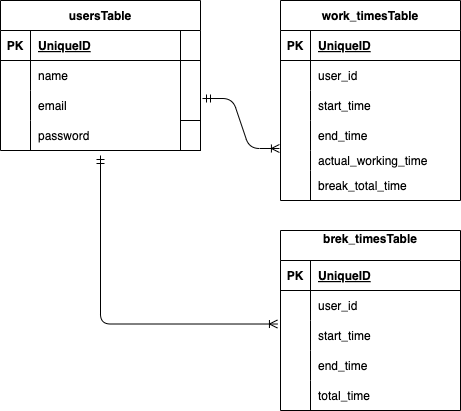
Above: er.drawio.png in hi-san10/coachtech_atte (draw.io), before the change. Source tidied: cells renumbered, new cells last; positions are measured from the earlier drawing's top-left corner, leaving out a move shared by most shapes. The source it was exported from:
```xml
<mxGraphModel>
  <root>
    <mxCell id="0" />
    <mxCell id="1" parent="0" />
    <mxCell id="2" value="usersTable" style="shape=table;startSize=30;rowLines=0;fontStyle=1;align=center;" parent="1" vertex="1">
      <mxGeometry width="200" height="150" as="geometry" />
    </mxCell>
    <mxCell id="3" style="shape=tableRow;horizontal=0;startSize=0;swimlaneHead=0;swimlaneBody=0;fillColor=none;top=0;left=0;right=0;bottom=1;" parent="2" vertex="1">
      <mxGeometry y="30" width="200" height="30" as="geometry" />
    </mxCell>
    <mxCell id="4" value="PK" style="shape=partialRectangle;fillColor=none;top=0;left=0;bottom=0;right=0;fontStyle=1;overflow=hidden;" parent="3" vertex="1">
      <mxGeometry width="30" height="30" as="geometry" />
    </mxCell>
    <mxCell id="5" value="UniqueID" style="shape=partialRectangle;fillColor=none;top=0;left=0;bottom=0;right=0;align=left;spacingLeft=6;fontStyle=5;overflow=hidden;" parent="3" vertex="1">
      <mxGeometry x="30" width="170" height="30" as="geometry" />
    </mxCell>
    <mxCell id="6" style="shape=tableRow;horizontal=0;startSize=0;swimlaneHead=0;swimlaneBody=0;fillColor=none;top=0;left=0;right=0;bottom=0;" parent="2" vertex="1">
      <mxGeometry y="60" width="200" height="30" as="geometry" />
    </mxCell>
    <mxCell id="7" style="shape=partialRectangle;fillColor=none;top=0;left=0;bottom=0;right=0;overflow=hidden;" parent="6" vertex="1">
      <mxGeometry width="30" height="30" as="geometry" />
    </mxCell>
    <mxCell id="8" value="name" style="shape=partialRectangle;fillColor=none;top=0;left=0;bottom=0;right=0;align=left;spacingLeft=6;overflow=hidden;" parent="6" vertex="1">
      <mxGeometry x="30" width="170" height="30" as="geometry" />
    </mxCell>
    <mxCell id="9" style="shape=tableRow;horizontal=0;startSize=0;swimlaneHead=0;swimlaneBody=0;fillColor=none;points=[[0,0.5],[1,0.5]];portConstraint=eastwest;top=0;left=0;right=0;bottom=0;" parent="2" vertex="1">
      <mxGeometry y="90" width="200" height="30" as="geometry" />
    </mxCell>
    <mxCell id="10" style="shape=partialRectangle;fillColor=none;top=0;left=0;bottom=0;right=0;overflow=hidden;" parent="9" vertex="1">
      <mxGeometry width="30" height="30" as="geometry" />
    </mxCell>
    <mxCell id="11" value="email" style="shape=partialRectangle;fillColor=none;top=0;left=0;bottom=0;right=0;align=left;spacingLeft=6;overflow=hidden;" parent="9" vertex="1">
      <mxGeometry x="30" width="170" height="30" as="geometry" />
    </mxCell>
    <mxCell id="12" style="shape=tableRow;horizontal=0;startSize=0;swimlaneHead=0;swimlaneBody=0;fillColor=none;top=0;left=0;right=0;bottom=0;" parent="2" vertex="1">
      <mxGeometry y="120" width="200" height="30" as="geometry" />
    </mxCell>
    <mxCell id="13" style="shape=partialRectangle;fillColor=none;top=0;left=0;bottom=0;right=0;overflow=hidden;" parent="12" vertex="1">
      <mxGeometry width="30" height="30" as="geometry" />
    </mxCell>
    <mxCell id="14" value="password" style="shape=partialRectangle;fillColor=none;top=0;left=0;bottom=0;right=0;align=left;spacingLeft=6;overflow=hidden;" parent="12" vertex="1">
      <mxGeometry x="30" width="150" height="30" as="geometry" />
    </mxCell>
    <mxCell id="15" style="whiteSpace=wrap;html=1;startSize=30;fontStyle=1;" parent="12" vertex="1">
      <mxGeometry x="180" width="20" height="30" as="geometry" />
    </mxCell>
    <mxCell id="16" value="work_timesTable" style="shape=table;startSize=30;rowLines=0;fontStyle=1;align=center;" parent="1" vertex="1">
      <mxGeometry x="280" width="180" height="200" as="geometry" />
    </mxCell>
    <mxCell id="17" style="shape=tableRow;horizontal=0;startSize=0;swimlaneHead=0;swimlaneBody=0;fillColor=none;top=0;left=0;right=0;bottom=1;" parent="16" vertex="1">
      <mxGeometry y="30" width="180" height="30" as="geometry" />
    </mxCell>
    <mxCell id="18" value="PK" style="shape=partialRectangle;fillColor=none;top=0;left=0;bottom=0;right=0;fontStyle=1;overflow=hidden;" parent="17" vertex="1">
      <mxGeometry width="30" height="30" as="geometry" />
    </mxCell>
    <mxCell id="19" value="UniqueID" style="shape=partialRectangle;fillColor=none;top=0;left=0;bottom=0;right=0;align=left;spacingLeft=6;fontStyle=5;overflow=hidden;" parent="17" vertex="1">
      <mxGeometry x="30" width="150" height="30" as="geometry" />
    </mxCell>
    <mxCell id="20" style="shape=tableRow;horizontal=0;startSize=0;swimlaneHead=0;swimlaneBody=0;fillColor=none;top=0;left=0;right=0;bottom=0;" parent="16" vertex="1">
      <mxGeometry y="60" width="180" height="30" as="geometry" />
    </mxCell>
    <mxCell id="21" style="shape=partialRectangle;fillColor=none;top=0;left=0;bottom=0;right=0;overflow=hidden;" parent="20" vertex="1">
      <mxGeometry width="30" height="30" as="geometry" />
    </mxCell>
    <mxCell id="22" value="user_id" style="shape=partialRectangle;fillColor=none;top=0;left=0;bottom=0;right=0;align=left;spacingLeft=6;overflow=hidden;" parent="20" vertex="1">
      <mxGeometry x="30" width="150" height="30" as="geometry" />
    </mxCell>
    <mxCell id="23" style="shape=tableRow;horizontal=0;startSize=0;swimlaneHead=0;swimlaneBody=0;fillColor=none;top=0;left=0;right=0;bottom=0;" parent="16" vertex="1">
      <mxGeometry y="90" width="180" height="30" as="geometry" />
    </mxCell>
    <mxCell id="24" style="shape=partialRectangle;fillColor=none;top=0;left=0;bottom=0;right=0;overflow=hidden;" parent="23" vertex="1">
      <mxGeometry width="30" height="30" as="geometry" />
    </mxCell>
    <mxCell id="25" value="start_time" style="shape=partialRectangle;fillColor=none;top=0;left=0;bottom=0;right=0;align=left;spacingLeft=6;overflow=hidden;" parent="23" vertex="1">
      <mxGeometry x="30" width="150" height="30" as="geometry" />
    </mxCell>
    <mxCell id="26" style="shape=tableRow;horizontal=0;startSize=0;swimlaneHead=0;swimlaneBody=0;fillColor=none;top=0;left=0;right=0;bottom=0;" parent="16" vertex="1">
      <mxGeometry y="120" width="180" height="30" as="geometry" />
    </mxCell>
    <mxCell id="27" style="shape=partialRectangle;fillColor=none;top=0;left=0;bottom=0;right=0;overflow=hidden;" parent="26" vertex="1">
      <mxGeometry width="30" height="30" as="geometry" />
    </mxCell>
    <mxCell id="28" value="end_time" style="shape=partialRectangle;fillColor=none;top=0;left=0;bottom=0;right=0;align=left;spacingLeft=6;overflow=hidden;" parent="26" vertex="1">
      <mxGeometry x="30" width="150" height="30" as="geometry" />
    </mxCell>
    <mxCell id="29" style="shape=tableRow;horizontal=0;startSize=0;swimlaneHead=0;swimlaneBody=0;fillColor=none;top=0;left=0;right=0;bottom=0;" parent="16" vertex="1">
      <mxGeometry y="150" width="180" height="20" as="geometry" />
    </mxCell>
    <mxCell id="30" style="shape=partialRectangle;fillColor=none;top=0;left=0;bottom=0;right=0;overflow=hidden;" parent="29" vertex="1">
      <mxGeometry width="30" height="20" as="geometry" />
    </mxCell>
    <mxCell id="31" value="actual_working_time" style="shape=partialRectangle;fillColor=none;top=0;left=0;bottom=0;right=0;align=left;spacingLeft=6;overflow=hidden;" parent="29" vertex="1">
      <mxGeometry x="30" width="150" height="20" as="geometry" />
    </mxCell>
    <mxCell id="32" style="shape=tableRow;horizontal=0;startSize=0;swimlaneHead=0;swimlaneBody=0;fillColor=none;top=0;left=0;right=0;bottom=0;" parent="16" vertex="1">
      <mxGeometry y="170" width="180" height="30" as="geometry" />
    </mxCell>
    <mxCell id="33" style="shape=partialRectangle;fillColor=none;top=0;left=0;bottom=0;right=0;overflow=hidden;" parent="32" vertex="1">
      <mxGeometry width="30" height="30" as="geometry" />
    </mxCell>
    <mxCell id="34" value="break_total_time" style="shape=partialRectangle;fillColor=none;top=0;left=0;bottom=0;right=0;align=left;spacingLeft=6;overflow=hidden;" parent="32" vertex="1">
      <mxGeometry x="30" width="150" height="30" as="geometry" />
    </mxCell>
    <mxCell id="35" style="edgeStyle=entityRelationEdgeStyle;fontSize=12;html=1;endArrow=ERoneToMany;startArrow=ERmandOne;entryX=-0.006;entryY=-0.067;entryDx=0;entryDy=0;entryPerimeter=0;exitX=1.01;exitY=0.267;exitDx=0;exitDy=0;exitPerimeter=0;" parent="1" edge="1" source="9">
      <mxGeometry relative="1" as="geometry">
        <mxPoint x="278.9" y="148" as="targetPoint" />
      </mxGeometry>
    </mxCell>
    <mxCell id="36" value="brek_timesTable&#10;" style="shape=table;startSize=30;rowLines=0;fontStyle=1;align=center;" parent="1" vertex="1">
      <mxGeometry x="280" y="230" width="180" height="180" as="geometry" />
    </mxCell>
    <mxCell id="37" style="shape=tableRow;horizontal=0;startSize=0;swimlaneHead=0;swimlaneBody=0;fillColor=none;top=0;left=0;right=0;bottom=1;" parent="36" vertex="1">
      <mxGeometry y="30" width="180" height="30" as="geometry" />
    </mxCell>
    <mxCell id="38" value="PK" style="shape=partialRectangle;fillColor=none;top=0;left=0;bottom=0;right=0;fontStyle=1;overflow=hidden;" parent="37" vertex="1">
      <mxGeometry width="30" height="30" as="geometry" />
    </mxCell>
    <mxCell id="39" value="UniqueID" style="shape=partialRectangle;fillColor=none;top=0;left=0;bottom=0;right=0;align=left;spacingLeft=6;fontStyle=5;overflow=hidden;" parent="37" vertex="1">
      <mxGeometry x="30" width="150" height="30" as="geometry" />
    </mxCell>
    <mxCell id="40" style="shape=tableRow;horizontal=0;startSize=0;swimlaneHead=0;swimlaneBody=0;fillColor=none;top=0;left=0;right=0;bottom=0;" parent="36" vertex="1">
      <mxGeometry y="60" width="180" height="30" as="geometry" />
    </mxCell>
    <mxCell id="41" style="shape=partialRectangle;fillColor=none;top=0;left=0;bottom=0;right=0;overflow=hidden;" parent="40" vertex="1">
      <mxGeometry width="30" height="30" as="geometry" />
    </mxCell>
    <mxCell id="42" value="user_id  " style="shape=partialRectangle;fillColor=none;top=0;left=0;bottom=0;right=0;align=left;spacingLeft=6;overflow=hidden;" parent="40" vertex="1">
      <mxGeometry x="30" width="150" height="30" as="geometry" />
    </mxCell>
    <mxCell id="43" style="shape=tableRow;horizontal=0;startSize=0;swimlaneHead=0;swimlaneBody=0;fillColor=none;points=[[0,0.5],[1,0.5]];portConstraint=eastwest;top=0;left=0;right=0;bottom=0;" parent="36" vertex="1">
      <mxGeometry y="90" width="180" height="30" as="geometry" />
    </mxCell>
    <mxCell id="44" style="shape=partialRectangle;fillColor=none;top=0;left=0;bottom=0;right=0;overflow=hidden;" parent="43" vertex="1">
      <mxGeometry width="30" height="30" as="geometry" />
    </mxCell>
    <mxCell id="45" value="start_time" style="shape=partialRectangle;fillColor=none;top=0;left=0;bottom=0;right=0;align=left;spacingLeft=6;overflow=hidden;" parent="43" vertex="1">
      <mxGeometry x="30" width="150" height="30" as="geometry" />
    </mxCell>
    <mxCell id="46" style="shape=tableRow;horizontal=0;startSize=0;swimlaneHead=0;swimlaneBody=0;fillColor=none;top=0;left=0;right=0;bottom=0;" parent="36" vertex="1">
      <mxGeometry y="120" width="180" height="30" as="geometry" />
    </mxCell>
    <mxCell id="47" style="shape=partialRectangle;fillColor=none;top=0;left=0;bottom=0;right=0;overflow=hidden;" parent="46" vertex="1">
      <mxGeometry width="30" height="30" as="geometry" />
    </mxCell>
    <mxCell id="48" value="end_time" style="shape=partialRectangle;fillColor=none;top=0;left=0;bottom=0;right=0;align=left;spacingLeft=6;overflow=hidden;" parent="46" vertex="1">
      <mxGeometry x="30" width="150" height="30" as="geometry" />
    </mxCell>
    <mxCell id="49" style="shape=tableRow;horizontal=0;startSize=0;swimlaneHead=0;swimlaneBody=0;fillColor=none;top=0;left=0;right=0;bottom=0;" parent="36" vertex="1">
      <mxGeometry y="150" width="180" height="30" as="geometry" />
    </mxCell>
    <mxCell id="50" style="shape=partialRectangle;fillColor=none;top=0;left=0;bottom=0;right=0;overflow=hidden;" parent="49" vertex="1">
      <mxGeometry width="30" height="30" as="geometry" />
    </mxCell>
    <mxCell id="51" value="total_time" style="shape=partialRectangle;fillColor=none;top=0;left=0;bottom=0;right=0;align=left;spacingLeft=6;overflow=hidden;" parent="49" vertex="1">
      <mxGeometry x="30" width="150" height="30" as="geometry" />
    </mxCell>
    <mxCell id="52" style="fontSize=12;html=1;endArrow=ERoneToMany;startArrow=ERmandOne;entryX=-0.017;entryY=0.117;entryDx=0;entryDy=0;entryPerimeter=0;edgeStyle=orthogonalEdgeStyle;elbow=vertical;" parent="1" edge="1" target="43">
      <mxGeometry relative="1" as="geometry">
        <mxPoint x="100" y="155" as="sourcePoint" />
      </mxGeometry>
    </mxCell>
  </root>
</mxGraphModel>
```
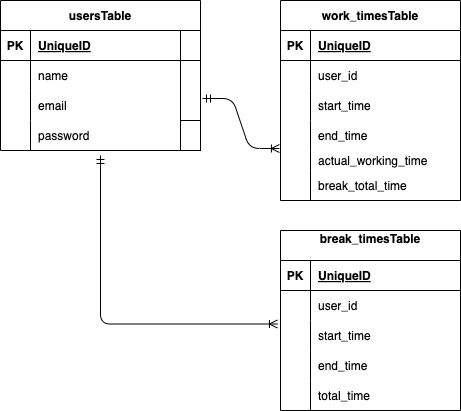
After the commit.

What changed in the source:
```diff
@@ -106,7 +106,7 @@
         <mxPoint x="278.9" y="148" as="targetPoint" />
       </mxGeometry>
     </mxCell>
-    <mxCell id="36" value="brek_timesTable&#10;" style="shape=table;startSize=30;rowLines=0;fontStyle=1;align=center;" parent="1" vertex="1">
+    <mxCell id="36" value="break_timesTable&#10;" style="shape=table;startSize=30;rowLines=0;fontStyle=1;align=center;" parent="1" vertex="1">
       <mxGeometry x="280" y="230" width="180" height="180" as="geometry" />
     </mxCell>
     <mxCell id="37" style="shape=tableRow;horizontal=0;startSize=0;swimlaneHead=0;swimlaneBody=0;fillColor=none;top=0;left=0;right=0;bottom=1;" parent="36" vertex="1">
```
